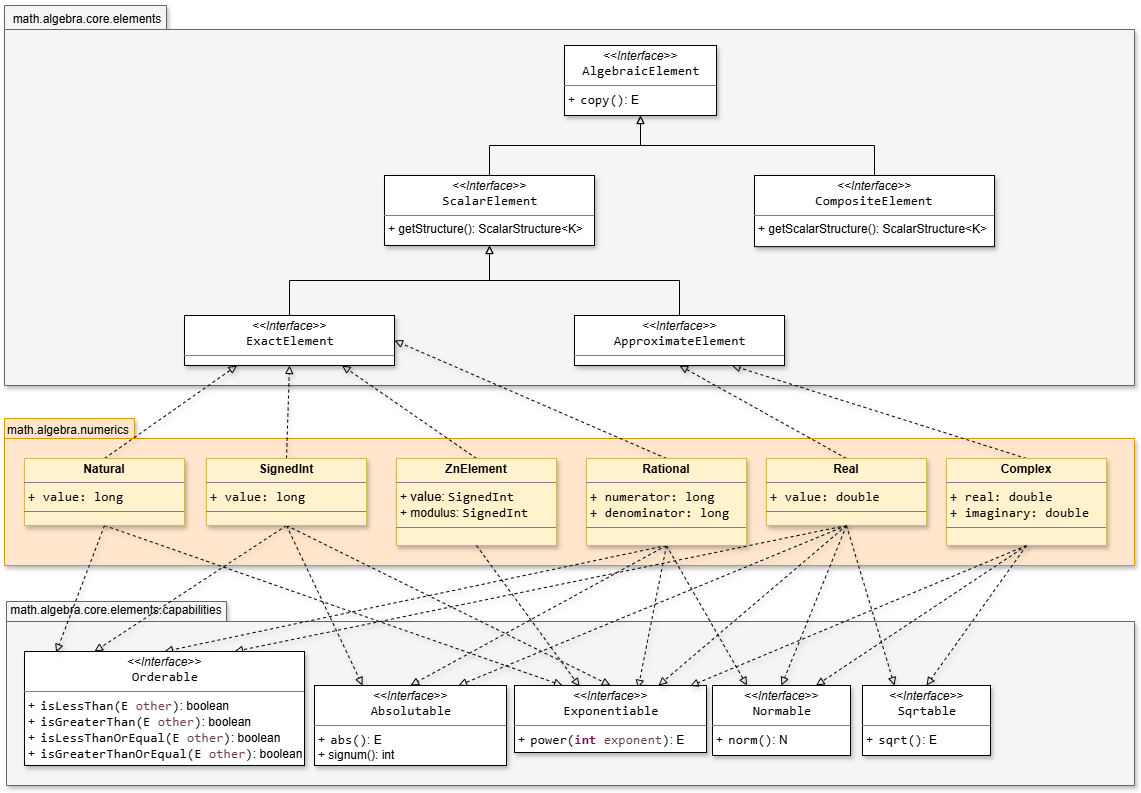
The draw.io diagram resources/SMFN-algebra-elements.drawio.png in gom9000/SMFN, before a commit. Source tidied: cells renumbered, new cells last; positions are measured from the earlier drawing's top-left corner, leaving out a move shared by most shapes.
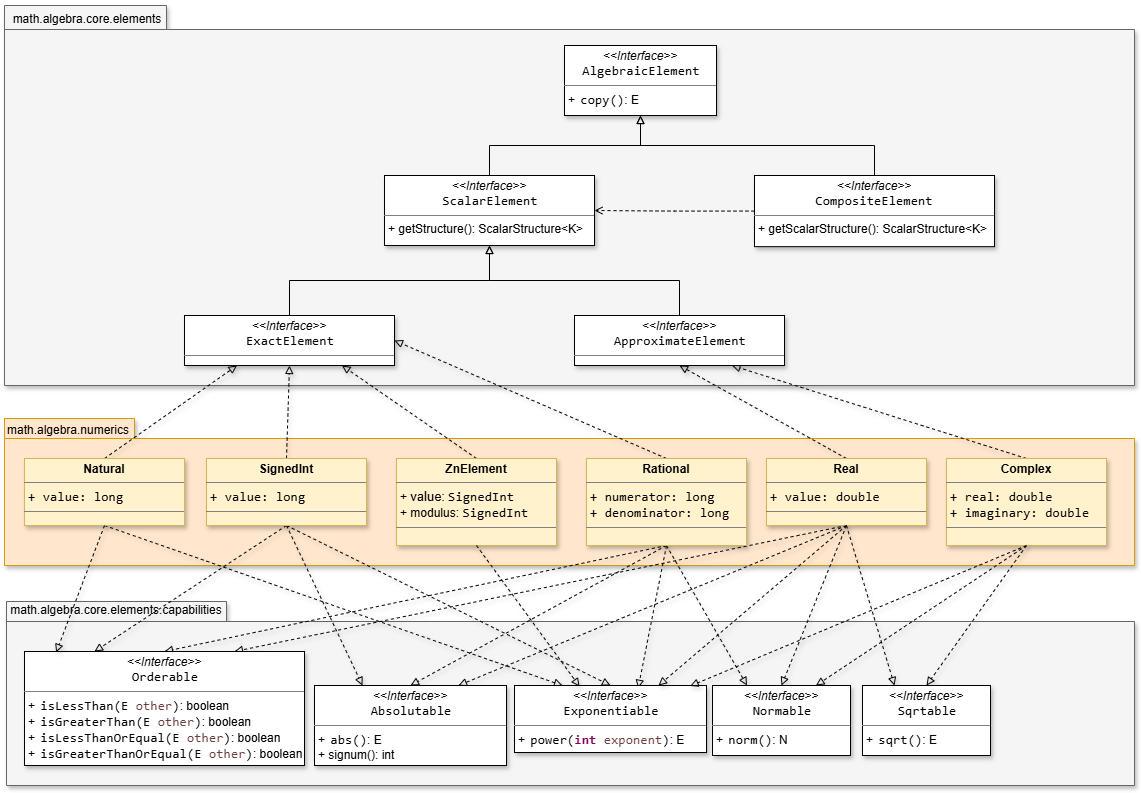
After the commit.

Commit message:
refactory - algebra

What changed in the source:
```diff
@@ -134,6 +134,9 @@
     <mxCell id="45" style="edgeStyle=orthogonalEdgeStyle;rounded=0;jettySize=auto;html=1;exitX=0.5;exitY=0;exitDx=0;exitDy=0;entryX=0.5;entryY=1;entryDx=0;entryDy=0;strokeColor=default;align=center;verticalAlign=middle;fontFamily=Helvetica;fontSize=11;fontColor=default;labelBackgroundColor=default;endArrow=block;endFill=0;" parent="1" edge="1" source="46" target="5">
       <mxGeometry relative="1" as="geometry" />
     </mxCell>
+    <mxCell id="52" style="edgeStyle=orthogonalEdgeStyle;rounded=0;jettySize=auto;html=1;exitX=0;exitY=0.5;exitDx=0;exitDy=0;entryX=1;entryY=0.5;entryDx=0;entryDy=0;dashed=1;endArrow=open;endFill=0;" parent="1" edge="1" source="46" target="44">
+      <mxGeometry relative="1" as="geometry" />
+    </mxCell>
     <mxCell id="46" value="&lt;p style=&quot;margin:0px;margin-top:4px;text-align:center;&quot;&gt;&lt;i&gt;&amp;lt;&amp;lt;Interface&amp;gt;&amp;gt;&lt;/i&gt;&lt;br&gt;&lt;span style=&quot;font-family: Consolas; font-size: 13.3333px; white-space: pre;&quot;&gt;CompositeElement&lt;/span&gt;&lt;/p&gt;&lt;hr size=&quot;1&quot; style=&quot;border-style:solid;&quot;&gt;&lt;p style=&quot;margin:0px;margin-left:4px;&quot;&gt;&lt;/p&gt;&lt;p style=&quot;margin:0px;margin-left:4px;&quot;&gt;+ getScalarStructure(): ScalarStructure&amp;lt;K&amp;gt;&lt;/p&gt;" style="verticalAlign=top;align=left;overflow=fill;html=1;whiteSpace=wrap;labelBackgroundColor=none;shadow=1;" parent="1" vertex="1">
       <mxGeometry x="750" y="171" width="240" height="71.2" as="geometry" />
     </mxCell>
```
